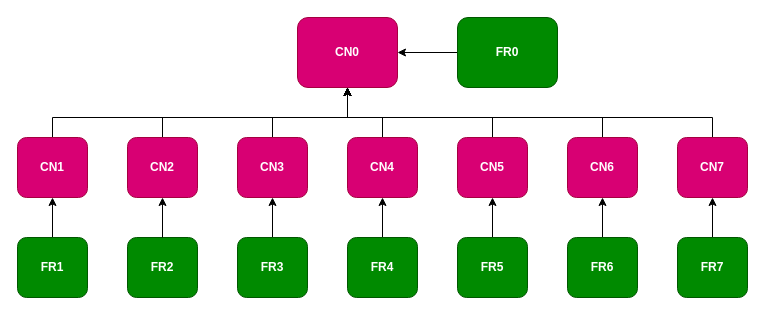
This is page "CN & FR (Week 5)" (2 of 6) of Untitled Diagram.drawio from asdismilla/FlowChart, a draw.io file, before an edit. Source tidied: cells renumbered, new cells numbered last; positions are measured from the earlier drawing's top-left corner, leaving out a move shared by most shapes. Both pictures are drawn from the tidied source at 100%, with x=0, y=0 at pixel (17, 17).
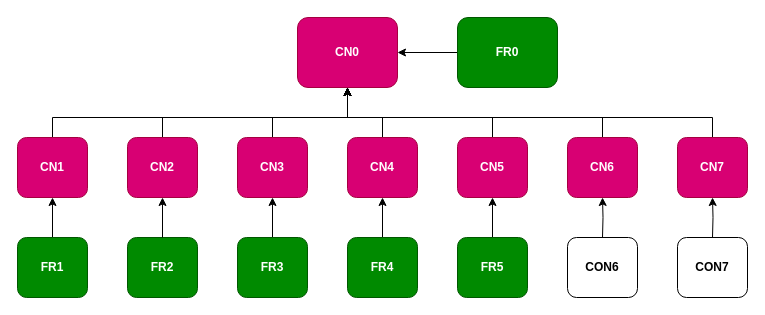
The same page after the edit.

Unchanged cells that the change refers to:
```xml
<mxCell id="4" value="&lt;b&gt;CN7&lt;/b&gt;" style="rounded=1;whiteSpace=wrap;html=1;fillColor=#d80073;fontColor=#ffffff;strokeColor=#A50040;" parent="1" vertex="1">
  <mxGeometry x="660" y="120" width="70" height="60" as="geometry" />
</mxCell>
<mxCell id="6" value="&lt;b&gt;CN6&lt;/b&gt;" style="rounded=1;whiteSpace=wrap;html=1;fillColor=#d80073;fontColor=#ffffff;strokeColor=#A50040;" parent="1" vertex="1">
  <mxGeometry x="550" y="120" width="70" height="60" as="geometry" />
</mxCell>
```

Diff of the diagram source:
```diff
@@
-    <mxCell id="17" style="edgeStyle=orthogonalEdgeStyle;rounded=0;jettySize=auto;html=1;entryX=0.5;entryY=1;entryDx=0;entryDy=0;" parent="1" edge="1" source="18" target="4">
-      <mxGeometry relative="1" as="geometry" />
+    <mxCell id="17" style="edgeStyle=orthogonalEdgeStyle;rounded=0;jettySize=auto;html=1;entryX=0.5;entryY=1;entryDx=0;entryDy=0;" parent="1" edge="1" target="4">
+      <mxGeometry relative="1" as="geometry">
+        <mxPoint x="695" y="220" as="sourcePoint" />
+      </mxGeometry>
     </mxCell>
-    <mxCell id="18" value="&lt;b&gt;FR7&lt;/b&gt;" style="rounded=1;whiteSpace=wrap;html=1;fillColor=#008a00;fontColor=#ffffff;strokeColor=#005700;" parent="1" vertex="1">
-      <mxGeometry x="660" y="220" width="70" height="60" as="geometry" />
-    </mxCell>
-    <mxCell id="19" style="edgeStyle=orthogonalEdgeStyle;rounded=0;jettySize=auto;html=1;entryX=0.5;entryY=1;entryDx=0;entryDy=0;" parent="1" edge="1" source="20" target="6">
-      <mxGeometry relative="1" as="geometry" />
+    <mxCell id="19" style="edgeStyle=orthogonalEdgeStyle;rounded=0;jettySize=auto;html=1;entryX=0.5;entryY=1;entryDx=0;entryDy=0;" parent="1" edge="1" target="6">
+      <mxGeometry relative="1" as="geometry">
+        <mxPoint x="585" y="220" as="sourcePoint" />
+      </mxGeometry>
     </mxCell>
-    <mxCell id="20" value="&lt;b&gt;FR6&lt;/b&gt;" style="rounded=1;whiteSpace=wrap;html=1;fillColor=#008a00;fontColor=#ffffff;strokeColor=#005700;" parent="1" vertex="1">
-      <mxGeometry x="550" y="220" width="70" height="60" as="geometry" />
-    </mxCell>
@@
+    <mxCell id="33" value="&lt;b&gt;CON6&lt;/b&gt;" style="rounded=1;whiteSpace=wrap;html=1;" parent="1" vertex="1">
+      <mxGeometry x="550" y="220" width="70" height="60" as="geometry" />
+    </mxCell>
+    <mxCell id="34" value="&lt;b&gt;CON7&lt;/b&gt;" style="rounded=1;whiteSpace=wrap;html=1;" parent="1" vertex="1">
+      <mxGeometry x="660" y="220" width="70" height="60" as="geometry" />
+    </mxCell>
```
